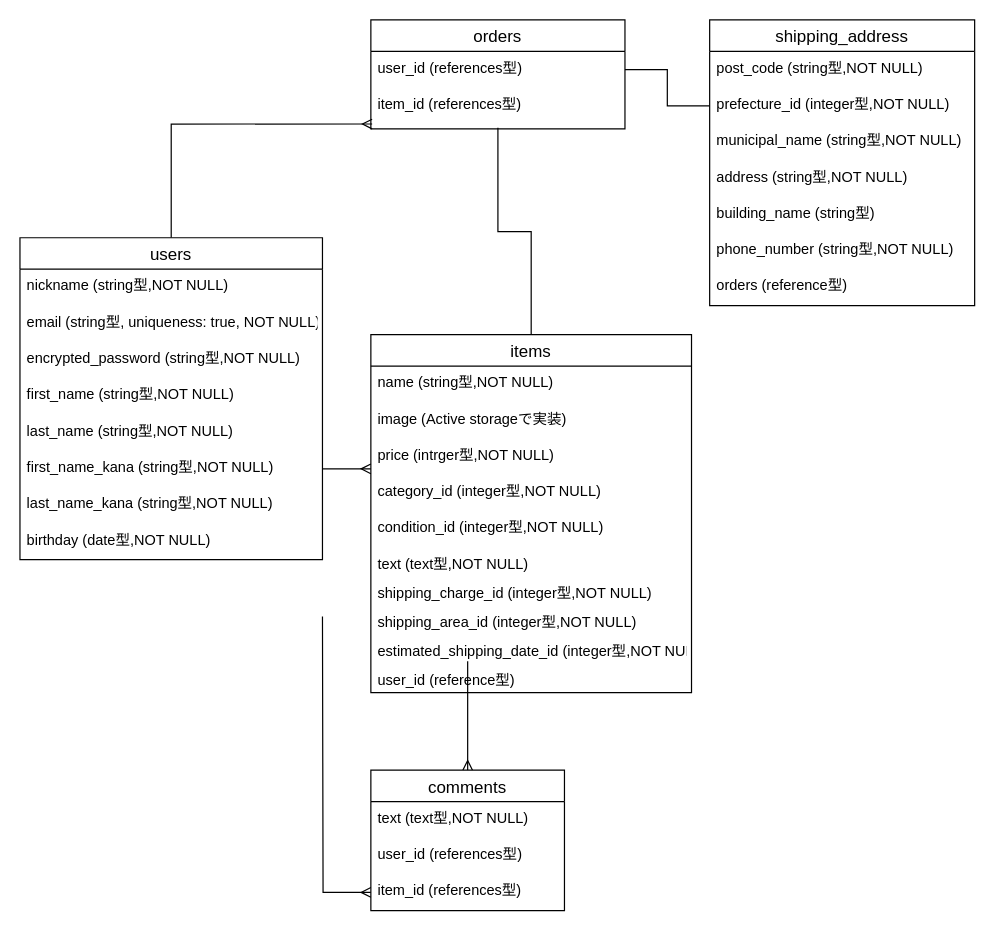
The draw.io diagram db.dio in aloha0055/furima-32866, before the edit. Source tidied: cells renumbered, new cells numbered last; positions are measured from the earlier drawing's top-left corner, leaving out a move shared by most shapes. Both pictures are drawn from the tidied source at 121%, with x=0, y=0 at pixel (19, 19).
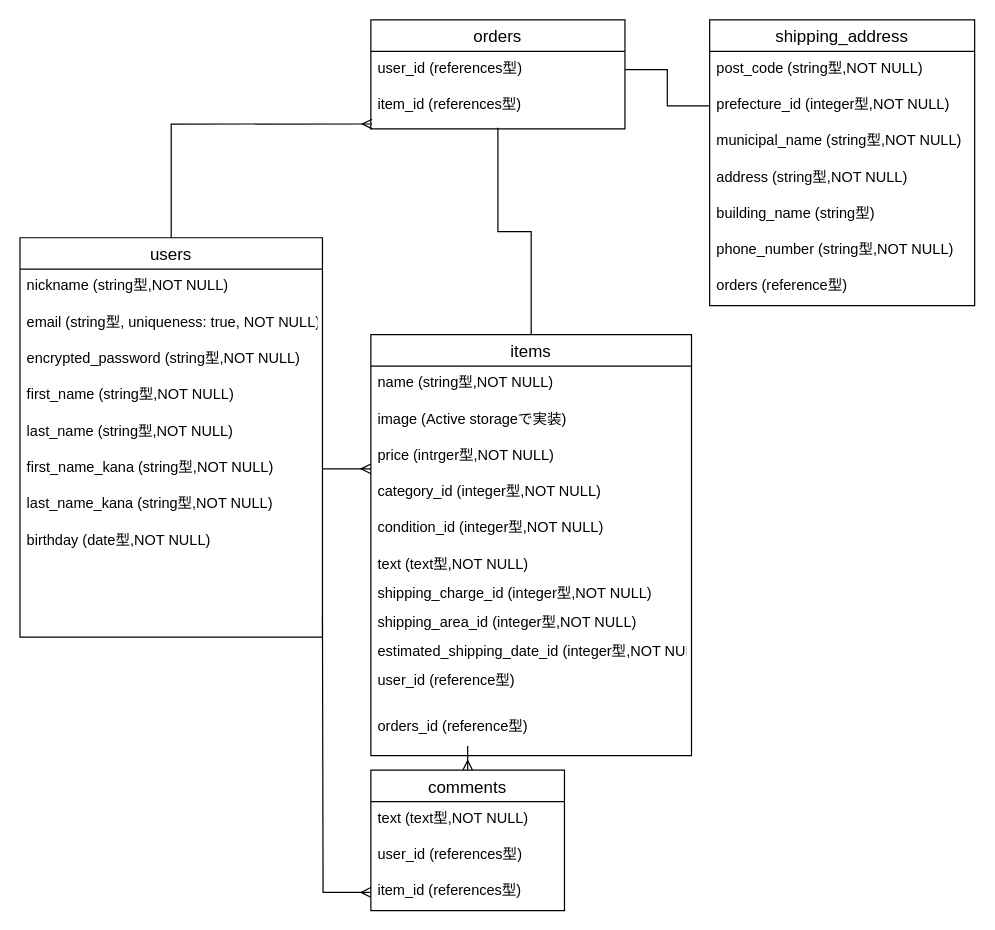
Above is the later version.

Unchanged cells that the change refers to:
```xml
<mxCell id="37" value="comments" style="swimlane;fontStyle=0;horizontal=1;startSize=26;align=center;fontSize=14;" parent="1" vertex="1">
  <mxGeometry x="290" y="620" width="160" height="116" as="geometry" />
</mxCell>
```

Change to the diagram source:
```diff
@@
     <mxCell id="3" value="users" style="swimlane;fontStyle=0;horizontal=1;startSize=26;align=center;fontSize=14;" parent="1" vertex="1">
-      <mxGeometry y="180" width="250" height="266" as="geometry" />
+      <mxGeometry y="180" width="250" height="330" as="geometry" />
     </mxCell>
@@
     <mxCell id="11" value="birthday (date型,NOT NULL)" style="text;strokeColor=none;fillColor=none;spacingLeft=4;spacingRight=4;overflow=hidden;fontSize=12;" parent="3" vertex="1">
-      <mxGeometry y="236" width="250" height="30" as="geometry" />
+      <mxGeometry y="236" width="250" height="94" as="geometry" />
     </mxCell>
@@
     <mxCell id="16" value="items" style="swimlane;fontStyle=0;horizontal=1;startSize=26;align=center;fontSize=14;" parent="1" vertex="1">
-      <mxGeometry x="290" y="260" width="265" height="296" as="geometry" />
+      <mxGeometry x="290" y="260" width="265" height="348" as="geometry" />
     </mxCell>
@@
     <mxCell id="26" value="user_id (reference型)" style="text;strokeColor=none;fillColor=none;spacingLeft=4;spacingRight=4;overflow=hidden;fontSize=12;" parent="16" vertex="1">
-      <mxGeometry y="272" width="265" height="24" as="geometry" />
+      <mxGeometry y="272" width="265" height="38" as="geometry" />
     </mxCell>
+    <mxCell id="43" value="orders_id (reference型)" style="text;strokeColor=none;fillColor=none;spacingLeft=4;spacingRight=4;overflow=hidden;fontSize=12;" parent="16" vertex="1">
+      <mxGeometry y="310" width="265" height="38" as="geometry" />
+    </mxCell>
@@
     <mxCell id="36" style="edgeStyle=orthogonalEdgeStyle;rounded=0;jettySize=auto;html=1;exitX=0.5;exitY=0;exitDx=0;exitDy=0;endArrow=none;endFill=0;startArrow=ERmany;startFill=0;" parent="1" edge="1" source="37">
       <mxGeometry relative="1" as="geometry">
-        <mxPoint x="370" y="530" as="targetPoint" />
+        <mxPoint x="370" y="600" as="targetPoint" />
       </mxGeometry>
     </mxCell>
```
